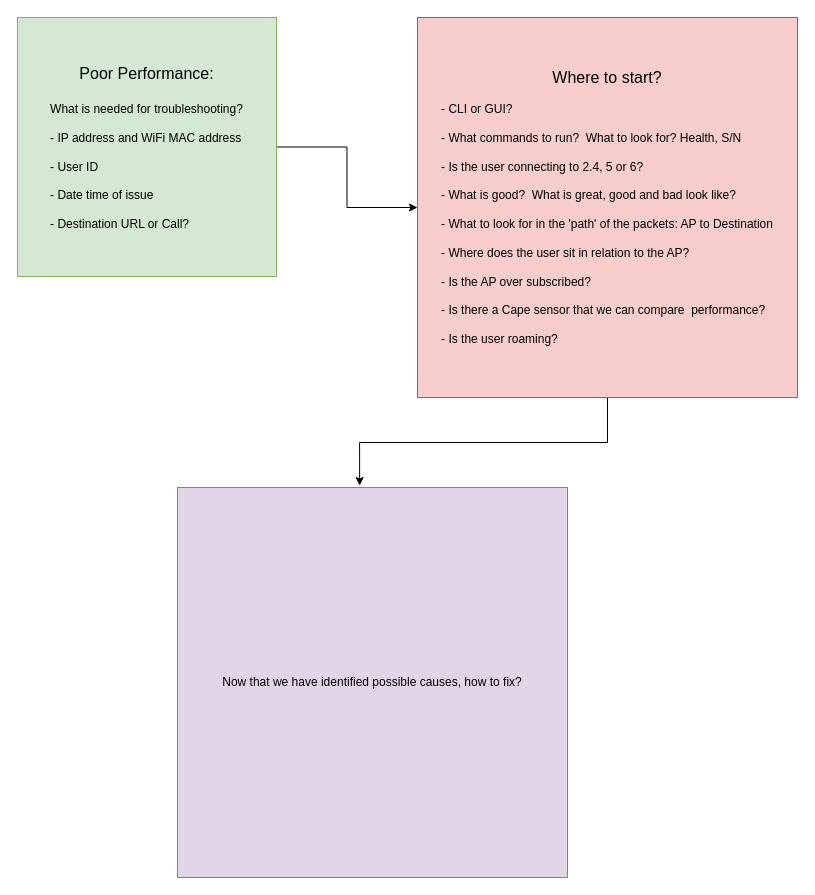
Above: WLAN - Poor Performance.drawio in Lost-Ones/Draw.io (draw.io), before the change. Source tidied: cells renumbered, new cells numbered last; positions are measured from the earlier drawing's top-left corner, leaving out a move shared by most shapes. Both pictures are drawn from the tidied source at 100%, with x=0, y=0 at pixel (17, 17).
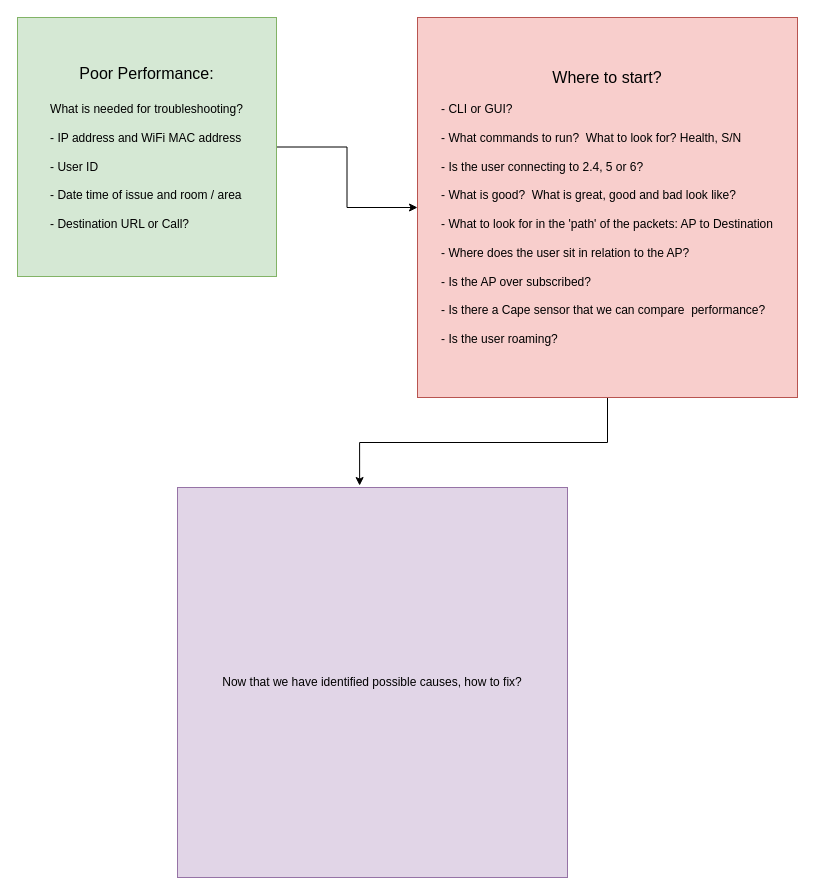
The same page after the edit.

What changed in the source:
```diff
@@
 <mxGraphModel>
   <root>
     <mxCell id="0" />
     <mxCell id="1" parent="0" />
     <mxCell id="2" style="edgeStyle=orthogonalEdgeStyle;rounded=0;jettySize=auto;html=1;exitX=1;exitY=0.5;exitDx=0;exitDy=0;" parent="1" edge="1" source="3" target="5">
       <mxGeometry relative="1" as="geometry" />
     </mxCell>
-    <mxCell id="3" value="&lt;font style=&quot;font-size: 16px;&quot;&gt;Poor Performance:&lt;br&gt;&lt;br&gt;&lt;/font&gt;What is needed for troubleshooting?&lt;br&gt;&lt;br&gt;&lt;div style=&quot;text-align: left;&quot;&gt;&lt;span style=&quot;background-color: initial;&quot;&gt;- IP address and WiFi MAC address&lt;/span&gt;&lt;/div&gt;&lt;div style=&quot;text-align: left;&quot;&gt;&lt;span style=&quot;background-color: initial;&quot;&gt;&lt;br&gt;&lt;/span&gt;&lt;/div&gt;&lt;div style=&quot;text-align: left;&quot;&gt;&lt;span style=&quot;background-color: initial;&quot;&gt;- User ID&lt;/span&gt;&lt;/div&gt;&lt;div style=&quot;text-align: left;&quot;&gt;&lt;span style=&quot;background-color: initial;&quot;&gt;&lt;br&gt;&lt;/span&gt;&lt;/div&gt;&lt;div style=&quot;text-align: left;&quot;&gt;&lt;span style=&quot;background-color: initial;&quot;&gt;- Date time of issue&lt;/span&gt;&lt;/div&gt;&lt;div style=&quot;text-align: left;&quot;&gt;&lt;span style=&quot;background-color: initial;&quot;&gt;&lt;br&gt;&lt;/span&gt;&lt;/div&gt;&lt;div style=&quot;text-align: left;&quot;&gt;&lt;span style=&quot;background-color: initial;&quot;&gt;- Destination URL or Call?&lt;/span&gt;&lt;/div&gt;" style="whiteSpace=wrap;html=1;fillColor=#d5e8d4;strokeColor=#82b366;" parent="1" vertex="1">
+    <mxCell id="3" value="&lt;font style=&quot;font-size: 16px;&quot;&gt;Poor Performance:&lt;br&gt;&lt;br&gt;&lt;/font&gt;What is needed for troubleshooting?&lt;br&gt;&lt;br&gt;&lt;div style=&quot;text-align: left;&quot;&gt;&lt;span style=&quot;background-color: initial;&quot;&gt;- IP address and WiFi MAC address&lt;/span&gt;&lt;/div&gt;&lt;div style=&quot;text-align: left;&quot;&gt;&lt;span style=&quot;background-color: initial;&quot;&gt;&lt;br&gt;&lt;/span&gt;&lt;/div&gt;&lt;div style=&quot;text-align: left;&quot;&gt;&lt;span style=&quot;background-color: initial;&quot;&gt;- User ID&lt;/span&gt;&lt;/div&gt;&lt;div style=&quot;text-align: left;&quot;&gt;&lt;span style=&quot;background-color: initial;&quot;&gt;&lt;br&gt;&lt;/span&gt;&lt;/div&gt;&lt;div style=&quot;text-align: left;&quot;&gt;&lt;span style=&quot;background-color: initial;&quot;&gt;- Date time of issue and room / area&lt;/span&gt;&lt;/div&gt;&lt;div style=&quot;text-align: left;&quot;&gt;&lt;span style=&quot;background-color: initial;&quot;&gt;&lt;br&gt;&lt;/span&gt;&lt;/div&gt;&lt;div style=&quot;text-align: left;&quot;&gt;&lt;span style=&quot;background-color: initial;&quot;&gt;- Destination URL or Call?&lt;/span&gt;&lt;/div&gt;" style="whiteSpace=wrap;html=1;fillColor=#d5e8d4;strokeColor=#82b366;" parent="1" vertex="1">
       <mxGeometry width="259" height="259" as="geometry" />
     </mxCell>
     <mxCell id="4" style="edgeStyle=orthogonalEdgeStyle;rounded=0;jettySize=auto;html=1;exitX=0.5;exitY=1;exitDx=0;exitDy=0;entryX=0.467;entryY=-0.005;entryDx=0;entryDy=0;entryPerimeter=0;" parent="1" edge="1" source="5" target="6">
       <mxGeometry relative="1" as="geometry" />
     </mxCell>
     <mxCell id="5" value="&lt;font style=&quot;font-size: 16px;&quot;&gt;Where to start? &lt;br&gt;&lt;/font&gt;&lt;br&gt;&lt;div style=&quot;text-align: left;&quot;&gt;&lt;span style=&quot;background-color: initial;&quot;&gt;- CLI or GUI?&lt;/span&gt;&lt;/div&gt;&lt;div style=&quot;text-align: left;&quot;&gt;&lt;span style=&quot;background-color: initial;&quot;&gt;&lt;br&gt;&lt;/span&gt;&lt;/div&gt;&lt;div style=&quot;text-align: left;&quot;&gt;&lt;span style=&quot;background-color: initial;&quot;&gt;- What commands to run?&amp;nbsp; What to look for? Health, S/N&lt;/span&gt;&lt;/div&gt;&lt;div style=&quot;text-align: left;&quot;&gt;&lt;span style=&quot;background-color: initial;&quot;&gt;&lt;br&gt;&lt;/span&gt;&lt;/div&gt;&lt;div style=&quot;text-align: left;&quot;&gt;&lt;span style=&quot;background-color: initial;&quot;&gt;- Is the user connecting to 2.4, 5 or 6?&amp;nbsp;&lt;/span&gt;&lt;/div&gt;&lt;div style=&quot;text-align: left;&quot;&gt;&lt;br&gt;&lt;/div&gt;&lt;div style=&quot;text-align: left;&quot;&gt;&lt;span style=&quot;background-color: initial;&quot;&gt;- What is good?&amp;nbsp; What is great, good and bad look like?&lt;/span&gt;&lt;/div&gt;&lt;div style=&quot;text-align: left;&quot;&gt;&lt;br&gt;&lt;/div&gt;&lt;div style=&quot;text-align: left;&quot;&gt;&lt;span style=&quot;background-color: initial;&quot;&gt;- What to look for in the 'path' of the packets: AP to Destination&lt;/span&gt;&lt;/div&gt;&lt;div style=&quot;text-align: left;&quot;&gt;&lt;span style=&quot;background-color: initial;&quot;&gt;&lt;br&gt;&lt;/span&gt;&lt;/div&gt;&lt;div style=&quot;text-align: left;&quot;&gt;&lt;span style=&quot;background-color: initial;&quot;&gt;- Where does the user sit in relation to the AP?&lt;/span&gt;&lt;/div&gt;&lt;div style=&quot;text-align: left;&quot;&gt;&lt;span style=&quot;background-color: initial;&quot;&gt;&lt;br&gt;&lt;/span&gt;&lt;/div&gt;&lt;div style=&quot;text-align: left;&quot;&gt;&lt;span style=&quot;background-color: initial;&quot;&gt;- Is the AP over subscribed?&lt;/span&gt;&lt;/div&gt;&lt;div style=&quot;text-align: left;&quot;&gt;&lt;span style=&quot;background-color: initial;&quot;&gt;&lt;br&gt;&lt;/span&gt;&lt;/div&gt;&lt;div style=&quot;text-align: left;&quot;&gt;&lt;span style=&quot;background-color: initial;&quot;&gt;- Is there a Cape sensor that we can compare&amp;nbsp; performance?&lt;/span&gt;&lt;/div&gt;&lt;div style=&quot;text-align: left;&quot;&gt;&lt;span style=&quot;background-color: initial;&quot;&gt;&lt;br&gt;&lt;/span&gt;&lt;/div&gt;&lt;div style=&quot;text-align: left;&quot;&gt;&lt;span style=&quot;background-color: initial;&quot;&gt;- Is the user roaming?&lt;/span&gt;&lt;/div&gt;" style="whiteSpace=wrap;html=1;fillColor=#f8cecc;strokeColor=#b85450;" parent="1" vertex="1">
       <mxGeometry x="400" width="380" height="380" as="geometry" />
     </mxCell>
     <mxCell id="6" value="Now that we have identified possible causes, how to fix?" style="whiteSpace=wrap;html=1;fillColor=#e1d5e7;strokeColor=#9673a6;" parent="1" vertex="1">
       <mxGeometry x="160" y="470" width="390" height="390" as="geometry" />
     </mxCell>
   </root>
 </mxGraphModel>
```
